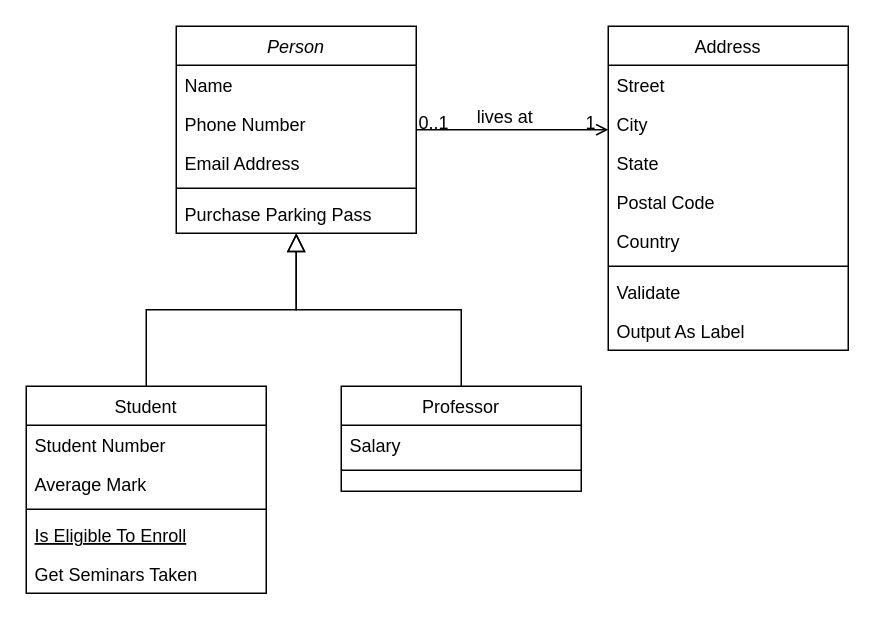
The draw.io diagram public/Untitled Diagram.drawio in DanieloPal06/frontend_app, before the edit. Source tidied: cells renumbered, new cells numbered last; positions are measured from the earlier drawing's top-left corner, leaving out a move shared by most shapes. Both pictures are drawn from the tidied source at 150%, with x=0, y=0 at pixel (26, 26).
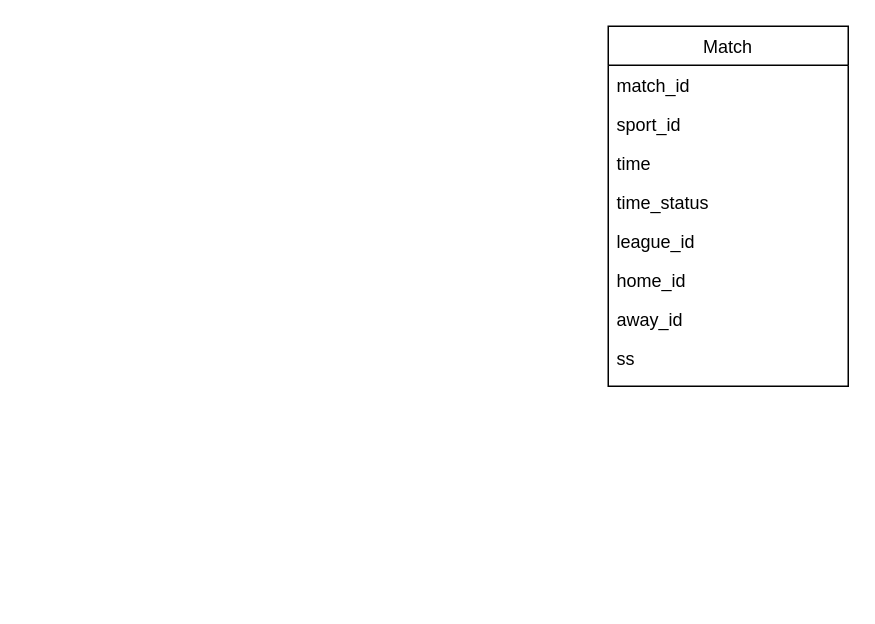
The same diagram, later.

Commit message:
Update MATCH table Diagram.drawio

The edit, as a diff of the source:
```diff
@@
-    <mxCell id="2" value="Person" style="swimlane;fontStyle=2;align=center;verticalAlign=top;horizontal=1;startSize=26;rounded=0;shadow=0;strokeWidth=1;" parent="1" vertex="1">
-      <mxGeometry x="100" width="160" height="138" as="geometry" />
-    </mxCell>
-    <mxCell id="3" value="Name" style="text;align=left;verticalAlign=top;spacingLeft=4;spacingRight=4;overflow=hidden;" parent="2" vertex="1">
-      <mxGeometry y="26" width="160" height="26" as="geometry" />
-    </mxCell>
-    <mxCell id="4" value="Phone Number" style="text;align=left;verticalAlign=top;spacingLeft=4;spacingRight=4;overflow=hidden;rounded=0;shadow=0;html=0;" parent="2" vertex="1">
-      <mxGeometry y="52" width="160" height="26" as="geometry" />
-    </mxCell>
-    <mxCell id="5" value="Email Address" style="text;align=left;verticalAlign=top;spacingLeft=4;spacingRight=4;overflow=hidden;rounded=0;shadow=0;html=0;" parent="2" vertex="1">
-      <mxGeometry y="78" width="160" height="26" as="geometry" />
-    </mxCell>
-    <mxCell id="6" style="line;html=1;strokeWidth=1;align=left;verticalAlign=middle;spacingTop=-1;spacingLeft=3;spacingRight=3;labelPosition=right;" parent="2" vertex="1">
-      <mxGeometry y="104" width="160" height="8" as="geometry" />
-    </mxCell>
-    <mxCell id="7" value="Purchase Parking Pass" style="text;align=left;verticalAlign=top;spacingLeft=4;spacingRight=4;overflow=hidden;" parent="2" vertex="1">
-      <mxGeometry y="112" width="160" height="26" as="geometry" />
-    </mxCell>
-    <mxCell id="8" value="Student" style="swimlane;fontStyle=0;align=center;verticalAlign=top;horizontal=1;startSize=26;rounded=0;shadow=0;strokeWidth=1;" parent="1" vertex="1">
-      <mxGeometry y="240" width="160" height="138" as="geometry" />
-    </mxCell>
-    <mxCell id="9" value="Student Number" style="text;align=left;verticalAlign=top;spacingLeft=4;spacingRight=4;overflow=hidden;" parent="8" vertex="1">
-      <mxGeometry y="26" width="160" height="26" as="geometry" />
-    </mxCell>
-    <mxCell id="10" value="Average Mark" style="text;align=left;verticalAlign=top;spacingLeft=4;spacingRight=4;overflow=hidden;rounded=0;shadow=0;html=0;" parent="8" vertex="1">
-      <mxGeometry y="52" width="160" height="26" as="geometry" />
-    </mxCell>
-    <mxCell id="11" style="line;html=1;strokeWidth=1;align=left;verticalAlign=middle;spacingTop=-1;spacingLeft=3;spacingRight=3;labelPosition=right;" parent="8" vertex="1">
-      <mxGeometry y="78" width="160" height="8" as="geometry" />
-    </mxCell>
-    <mxCell id="12" value="Is Eligible To Enroll" style="text;align=left;verticalAlign=top;spacingLeft=4;spacingRight=4;overflow=hidden;fontStyle=4;" parent="8" vertex="1">
-      <mxGeometry y="86" width="160" height="26" as="geometry" />
-    </mxCell>
-    <mxCell id="13" value="Get Seminars Taken" style="text;align=left;verticalAlign=top;spacingLeft=4;spacingRight=4;overflow=hidden;" parent="8" vertex="1">
-      <mxGeometry y="112" width="160" height="26" as="geometry" />
-    </mxCell>
-    <mxCell id="14" style="endArrow=block;endSize=10;endFill=0;shadow=0;strokeWidth=1;rounded=0;curved=0;edgeStyle=elbowEdgeStyle;elbow=vertical;" parent="1" edge="1" source="8" target="2">
-      <mxGeometry relative="1" as="geometry" />
-    </mxCell>
-    <mxCell id="15" value="Professor" style="swimlane;fontStyle=0;align=center;verticalAlign=top;horizontal=1;startSize=26;rounded=0;shadow=0;strokeWidth=1;" parent="1" vertex="1">
-      <mxGeometry x="210" y="240" width="160" height="70" as="geometry" />
-    </mxCell>
-    <mxCell id="16" value="Salary" style="text;align=left;verticalAlign=top;spacingLeft=4;spacingRight=4;overflow=hidden;" parent="15" vertex="1">
-      <mxGeometry y="26" width="160" height="26" as="geometry" />
-    </mxCell>
-    <mxCell id="17" style="line;html=1;strokeWidth=1;align=left;verticalAlign=middle;spacingTop=-1;spacingLeft=3;spacingRight=3;labelPosition=right;" parent="15" vertex="1">
-      <mxGeometry y="52" width="160" height="8" as="geometry" />
-    </mxCell>
-    <mxCell id="18" style="endArrow=block;endSize=10;endFill=0;shadow=0;strokeWidth=1;rounded=0;curved=0;edgeStyle=elbowEdgeStyle;elbow=vertical;" parent="1" edge="1" source="15" target="2">
-      <mxGeometry relative="1" as="geometry" />
-    </mxCell>
-    <mxCell id="19" value="Address" style="swimlane;fontStyle=0;align=center;verticalAlign=top;horizontal=1;startSize=26;rounded=0;shadow=0;strokeWidth=1;" parent="1" vertex="1">
-      <mxGeometry x="388" width="160" height="216" as="geometry" />
+    <mxCell id="19" value="Match" style="swimlane;fontStyle=0;align=center;verticalAlign=top;horizontal=1;startSize=26;rounded=0;shadow=0;strokeWidth=1;" parent="1" vertex="1">
+      <mxGeometry x="388" width="160" height="240" as="geometry" />
     </mxCell>
-    <mxCell id="20" value="Street" style="text;align=left;verticalAlign=top;spacingLeft=4;spacingRight=4;overflow=hidden;" parent="19" vertex="1">
+    <mxCell id="20" value="match_id" style="text;align=left;verticalAlign=top;spacingLeft=4;spacingRight=4;overflow=hidden;" parent="19" vertex="1">
       <mxGeometry y="26" width="160" height="26" as="geometry" />
     </mxCell>
-    <mxCell id="21" value="City" style="text;align=left;verticalAlign=top;spacingLeft=4;spacingRight=4;overflow=hidden;rounded=0;shadow=0;html=0;" parent="19" vertex="1">
+    <mxCell id="21" value="sport_id" style="text;align=left;verticalAlign=top;spacingLeft=4;spacingRight=4;overflow=hidden;rounded=0;shadow=0;html=0;" parent="19" vertex="1">
       <mxGeometry y="52" width="160" height="26" as="geometry" />
     </mxCell>
-    <mxCell id="22" value="State" style="text;align=left;verticalAlign=top;spacingLeft=4;spacingRight=4;overflow=hidden;rounded=0;shadow=0;html=0;" parent="19" vertex="1">
+    <mxCell id="22" value="time" style="text;align=left;verticalAlign=top;spacingLeft=4;spacingRight=4;overflow=hidden;rounded=0;shadow=0;html=0;" parent="19" vertex="1">
       <mxGeometry y="78" width="160" height="26" as="geometry" />
     </mxCell>
-    <mxCell id="23" value="Postal Code" style="text;align=left;verticalAlign=top;spacingLeft=4;spacingRight=4;overflow=hidden;rounded=0;shadow=0;html=0;" parent="19" vertex="1">
+    <mxCell id="23" value="time_status" style="text;align=left;verticalAlign=top;spacingLeft=4;spacingRight=4;overflow=hidden;rounded=0;shadow=0;html=0;" parent="19" vertex="1">
       <mxGeometry y="104" width="160" height="26" as="geometry" />
     </mxCell>
-    <mxCell id="24" value="Country" style="text;align=left;verticalAlign=top;spacingLeft=4;spacingRight=4;overflow=hidden;rounded=0;shadow=0;html=0;" parent="19" vertex="1">
+    <mxCell id="24" value="league_id" style="text;align=left;verticalAlign=top;spacingLeft=4;spacingRight=4;overflow=hidden;rounded=0;shadow=0;html=0;" parent="19" vertex="1">
       <mxGeometry y="130" width="160" height="26" as="geometry" />
     </mxCell>
-    <mxCell id="25" style="line;html=1;strokeWidth=1;align=left;verticalAlign=middle;spacingTop=-1;spacingLeft=3;spacingRight=3;labelPosition=right;" parent="19" vertex="1">
-      <mxGeometry y="156" width="160" height="8" as="geometry" />
-    </mxCell>
-    <mxCell id="26" value="Validate" style="text;align=left;verticalAlign=top;spacingLeft=4;spacingRight=4;overflow=hidden;" parent="19" vertex="1">
-      <mxGeometry y="164" width="160" height="26" as="geometry" />
-    </mxCell>
-    <mxCell id="27" value="Output As Label" style="text;align=left;verticalAlign=top;spacingLeft=4;spacingRight=4;overflow=hidden;" parent="19" vertex="1">
-      <mxGeometry y="190" width="160" height="26" as="geometry" />
-    </mxCell>
-    <mxCell id="28" style="endArrow=open;shadow=0;strokeWidth=1;rounded=0;curved=0;endFill=1;edgeStyle=elbowEdgeStyle;elbow=vertical;" parent="1" edge="1" source="2" target="19">
-      <mxGeometry x="0.5" y="41" relative="1" as="geometry">
-        <mxPoint x="-40" y="32" as="offset" />
-      </mxGeometry>
-    </mxCell>
-    <mxCell id="29" value="0..1" style="align=left;verticalAlign=bottom;labelBackgroundColor=none;fontSize=12;" parent="28" vertex="1">
-      <mxGeometry x="-1" relative="1" as="geometry">
-        <mxPoint y="4" as="offset" />
-      </mxGeometry>
-    </mxCell>
-    <mxCell id="30" value="1" style="align=right;verticalAlign=bottom;labelBackgroundColor=none;fontSize=12;" parent="28" vertex="1">
-      <mxGeometry x="1" relative="1" as="geometry">
-        <mxPoint x="-7" y="4" as="offset" />
-      </mxGeometry>
-    </mxCell>
-    <mxCell id="31" value="lives at" style="text;html=1;align=center;verticalAlign=middle;labelBackgroundColor=none;rounded=0;shadow=0;strokeWidth=1;fontSize=12;" parent="28" vertex="1">
-      <mxGeometry x="0.5" y="49" relative="1" as="geometry">
-        <mxPoint x="-38" y="40" as="offset" />
-      </mxGeometry>
-    </mxCell>
+    <mxCell id="32" value="home_id" style="text;align=left;verticalAlign=top;spacingLeft=4;spacingRight=4;overflow=hidden;rounded=0;shadow=0;html=0;" parent="19" vertex="1">
+      <mxGeometry y="156" width="160" height="26" as="geometry" />
+    </mxCell>
+    <mxCell id="33" value="away_id" style="text;align=left;verticalAlign=top;spacingLeft=4;spacingRight=4;overflow=hidden;rounded=0;shadow=0;html=0;" parent="19" vertex="1">
+      <mxGeometry y="182" width="160" height="26" as="geometry" />
+    </mxCell>
+    <mxCell id="34" value="ss" style="text;align=left;verticalAlign=top;spacingLeft=4;spacingRight=4;overflow=hidden;rounded=0;shadow=0;html=0;" parent="19" vertex="1">
+      <mxGeometry y="208" width="160" height="26" as="geometry" />
+    </mxCell>
```
